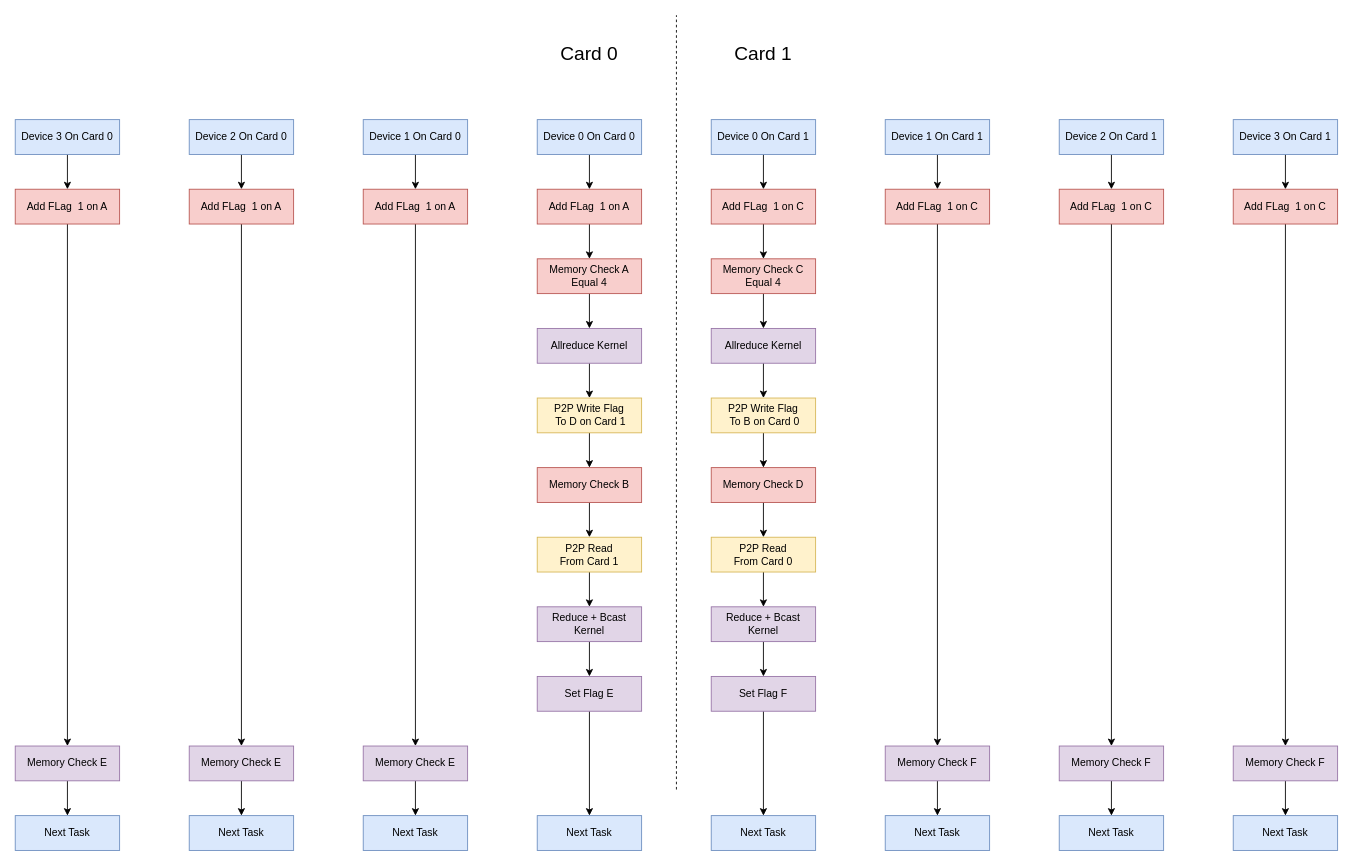
The draw.io diagram TCCL/TCCL_WORK_FLOW/TwoStreamOndeviceSync.drawio in BEYHHH/SBLP, before the edit. Source tidied: cells renumbered, new cells numbered last; positions are measured from the earlier drawing's top-left corner, leaving out a move shared by most shapes. Both pictures are drawn from the tidied source at 87%, with x=0, y=0 at pixel (15, 15).
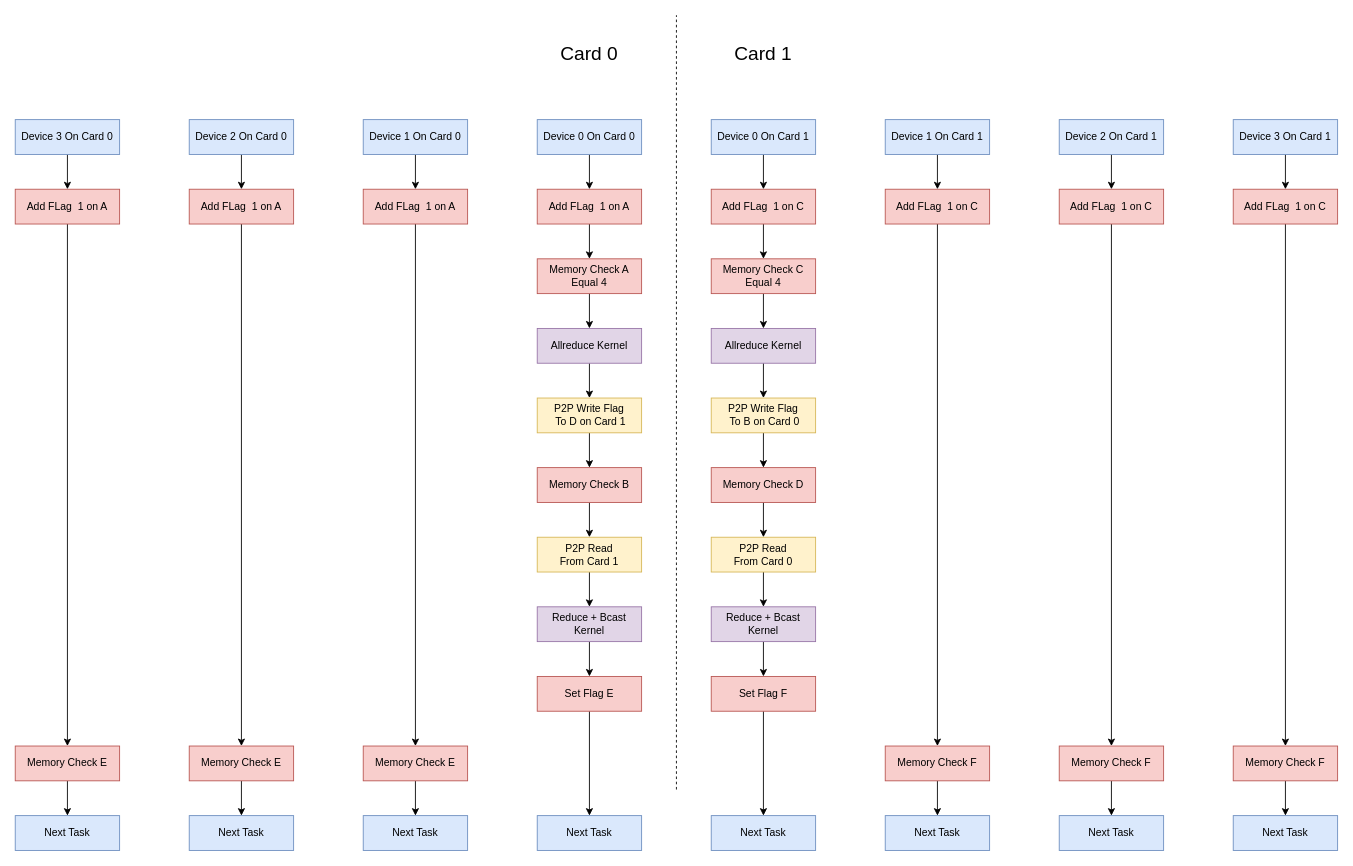
After the change.

Diff of the diagram source:
```diff
@@
-    <mxCell id="60" value="Set Flag E" style="rounded=0;whiteSpace=wrap;html=1;fillColor=#e1d5e7;strokeColor=#9673a6;" parent="1" vertex="1">
+    <mxCell id="60" value="Set Flag E" style="rounded=0;whiteSpace=wrap;html=1;fillColor=#f8cecc;strokeColor=#b85450;" parent="1" vertex="1">
       <mxGeometry x="600" y="760" width="120" height="40" as="geometry" />
     </mxCell>
@@
-    <mxCell id="62" value="Memory Check E" style="rounded=0;whiteSpace=wrap;html=1;fillColor=#e1d5e7;strokeColor=#9673a6;" parent="1" vertex="1">
+    <mxCell id="62" value="Memory Check E" style="rounded=0;whiteSpace=wrap;html=1;fillColor=#f8cecc;strokeColor=#b85450;" parent="1" vertex="1">
       <mxGeometry x="400" y="840" width="120" height="40" as="geometry" />
     </mxCell>
@@
-    <mxCell id="64" value="Memory Check E" style="rounded=0;whiteSpace=wrap;html=1;fillColor=#e1d5e7;strokeColor=#9673a6;" parent="1" vertex="1">
+    <mxCell id="64" value="Memory Check E" style="rounded=0;whiteSpace=wrap;html=1;fillColor=#f8cecc;strokeColor=#b85450;" parent="1" vertex="1">
       <mxGeometry x="200" y="840" width="120" height="40" as="geometry" />
     </mxCell>
@@
-    <mxCell id="66" value="Memory Check E" style="rounded=0;whiteSpace=wrap;html=1;fillColor=#e1d5e7;strokeColor=#9673a6;" parent="1" vertex="1">
+    <mxCell id="66" value="Memory Check E" style="rounded=0;whiteSpace=wrap;html=1;fillColor=#f8cecc;strokeColor=#b85450;" parent="1" vertex="1">
       <mxGeometry y="840" width="120" height="40" as="geometry" />
     </mxCell>
@@
-    <mxCell id="68" value="Set Flag F" style="rounded=0;whiteSpace=wrap;html=1;fillColor=#e1d5e7;strokeColor=#9673a6;" parent="1" vertex="1">
+    <mxCell id="68" value="Set Flag F" style="rounded=0;whiteSpace=wrap;html=1;fillColor=#f8cecc;strokeColor=#b85450;" parent="1" vertex="1">
       <mxGeometry x="800" y="760" width="120" height="40" as="geometry" />
     </mxCell>
@@
-    <mxCell id="70" value="Memory Check F" style="rounded=0;whiteSpace=wrap;html=1;fillColor=#e1d5e7;strokeColor=#9673a6;" parent="1" vertex="1">
+    <mxCell id="70" value="Memory Check F" style="rounded=0;whiteSpace=wrap;html=1;fillColor=#f8cecc;strokeColor=#b85450;" parent="1" vertex="1">
       <mxGeometry x="1000" y="840" width="120" height="40" as="geometry" />
     </mxCell>
@@
-    <mxCell id="72" value="Memory Check F" style="rounded=0;whiteSpace=wrap;html=1;fillColor=#e1d5e7;strokeColor=#9673a6;" parent="1" vertex="1">
+    <mxCell id="72" value="Memory Check F" style="rounded=0;whiteSpace=wrap;html=1;fillColor=#f8cecc;strokeColor=#b85450;" parent="1" vertex="1">
       <mxGeometry x="1200" y="840" width="120" height="40" as="geometry" />
     </mxCell>
@@
-    <mxCell id="74" value="Memory Check F" style="rounded=0;whiteSpace=wrap;html=1;fillColor=#e1d5e7;strokeColor=#9673a6;" parent="1" vertex="1">
+    <mxCell id="74" value="Memory Check F" style="rounded=0;whiteSpace=wrap;html=1;fillColor=#f8cecc;strokeColor=#b85450;" parent="1" vertex="1">
       <mxGeometry x="1400" y="840" width="120" height="40" as="geometry" />
     </mxCell>
```
